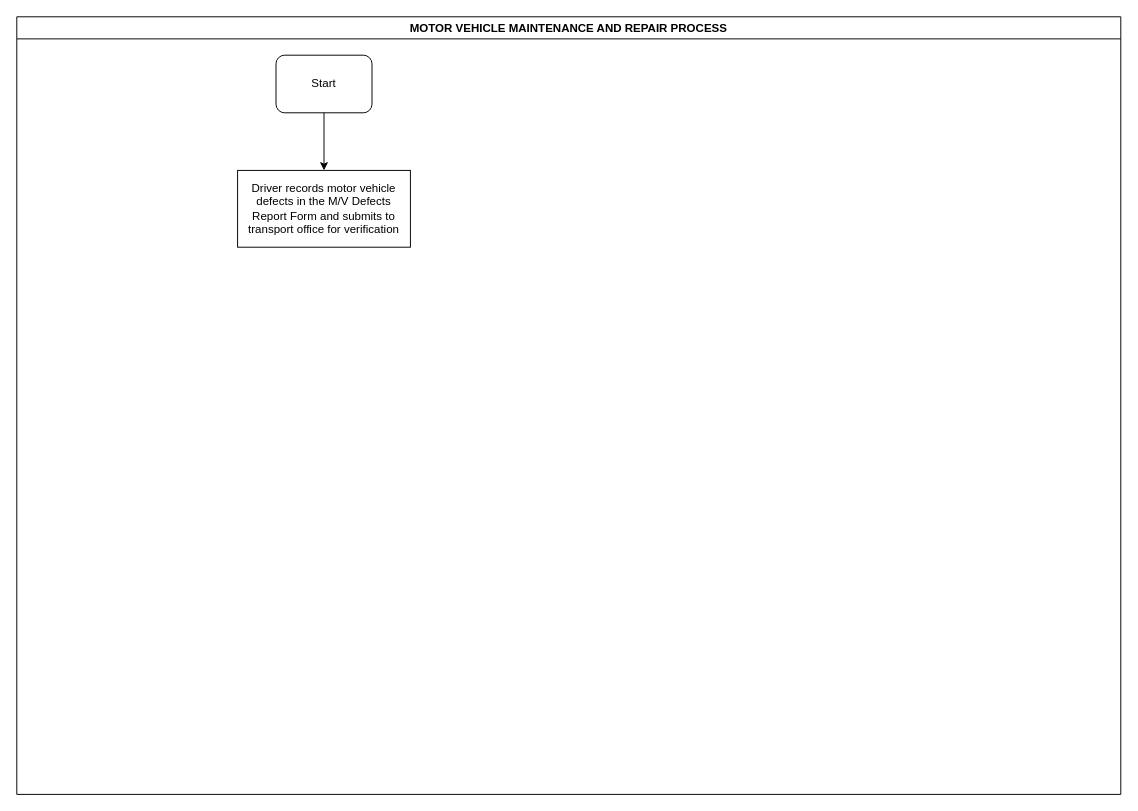
The draw.io diagram LC-Transport-MOTOR VEHICLE MAINTENANCE AND REPAIR PROCESS.drawio in kmagua/flowcharts, before the edit. Source tidied: cells renumbered, new cells numbered last; positions are measured from the earlier drawing's top-left corner, leaving out a move shared by most shapes. Both pictures are drawn from the tidied source at 96%, with x=0, y=0 at pixel (16, 16).
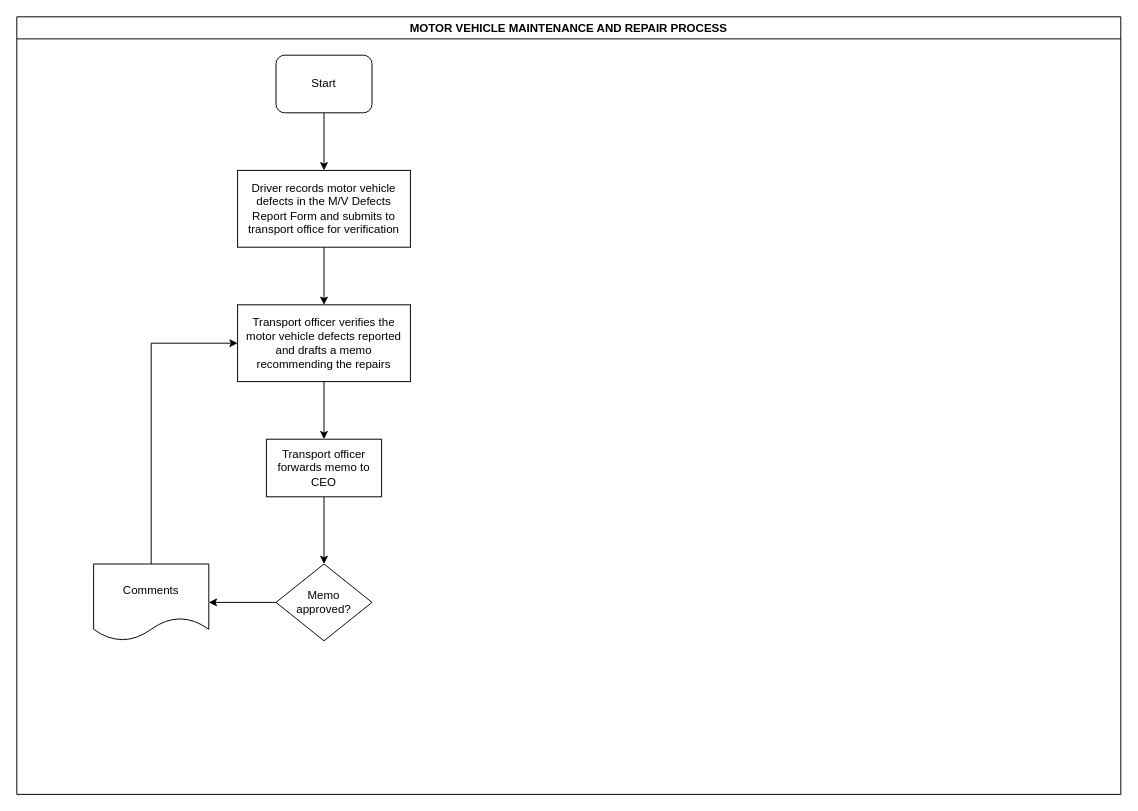
The same page after the edit.

The edit, as a diff of the source:
```diff
@@
 <mxGraphModel>
   <root>
     <mxCell id="0" />
     <mxCell id="1" parent="0" />
     <mxCell id="2" value="MOTOR VEHICLE MAINTENANCE AND REPAIR PROCESS" style="swimlane;" parent="1" vertex="1">
       <mxGeometry width="1150" height="810" as="geometry" />
     </mxCell>
     <mxCell id="3" value="Start" style="rounded=1;whiteSpace=wrap;html=1;" parent="2" vertex="1">
       <mxGeometry x="270" y="40" width="100" height="60" as="geometry" />
     </mxCell>
     <mxCell id="4" value="Driver records motor vehicle defects in the M/V Defects Report Form and submits to transport office for verification" style="rounded=0;whiteSpace=wrap;html=1;" parent="2" vertex="1">
       <mxGeometry x="230" y="160" width="180" height="80" as="geometry" />
     </mxCell>
     <mxCell id="5" style="edgeStyle=orthogonalEdgeStyle;rounded=0;jettySize=auto;html=1;" parent="2" edge="1" source="3" target="4">
       <mxGeometry relative="1" as="geometry" />
     </mxCell>
+    <mxCell id="6" value="Transport officer forwards memo to CEO " style="whiteSpace=wrap;html=1;rounded=0;" parent="2" vertex="1">
+      <mxGeometry x="260" y="440" width="120" height="60" as="geometry" />
+    </mxCell>
+    <mxCell id="7" value="Transport officer verifies the motor vehicle defects reported and drafts a memo recommending the repairs" style="rounded=0;whiteSpace=wrap;html=1;" parent="2" vertex="1">
+      <mxGeometry x="230" y="300" width="180" height="80" as="geometry" />
+    </mxCell>
+    <mxCell id="8" style="edgeStyle=orthogonalEdgeStyle;rounded=0;jettySize=auto;html=1;" parent="2" edge="1" source="4" target="7">
+      <mxGeometry relative="1" as="geometry" />
+    </mxCell>
+    <mxCell id="9" style="edgeStyle=orthogonalEdgeStyle;rounded=0;jettySize=auto;html=1;" parent="2" edge="1" source="7" target="6">
+      <mxGeometry relative="1" as="geometry" />
+    </mxCell>
+    <mxCell id="10" style="edgeStyle=orthogonalEdgeStyle;rounded=0;jettySize=auto;html=1;" parent="1" edge="1" source="11" target="14">
+      <mxGeometry relative="1" as="geometry" />
+    </mxCell>
+    <mxCell id="11" value="&lt;div&gt;Memo&lt;/div&gt;&lt;div&gt;approved?&lt;/div&gt;" style="rhombus;whiteSpace=wrap;html=1;rounded=0;" parent="1" vertex="1">
+      <mxGeometry x="270" y="570" width="100" height="80" as="geometry" />
+    </mxCell>
+    <mxCell id="12" style="edgeStyle=orthogonalEdgeStyle;rounded=0;jettySize=auto;html=1;" parent="1" edge="1" source="6" target="11">
+      <mxGeometry relative="1" as="geometry" />
+    </mxCell>
+    <mxCell id="13" style="edgeStyle=orthogonalEdgeStyle;rounded=0;jettySize=auto;html=1;entryX=0;entryY=0.5;entryDx=0;entryDy=0;" parent="1" edge="1" source="14" target="7">
+      <mxGeometry relative="1" as="geometry">
+        <Array as="points">
+          <mxPoint x="140" y="340" />
+        </Array>
+      </mxGeometry>
+    </mxCell>
+    <mxCell id="14" value="Comments" style="shape=document;whiteSpace=wrap;html=1;boundedLbl=1;rounded=0;" parent="1" vertex="1">
+      <mxGeometry x="80" y="570" width="120" height="80" as="geometry" />
+    </mxCell>
   </root>
 </mxGraphModel>
```
